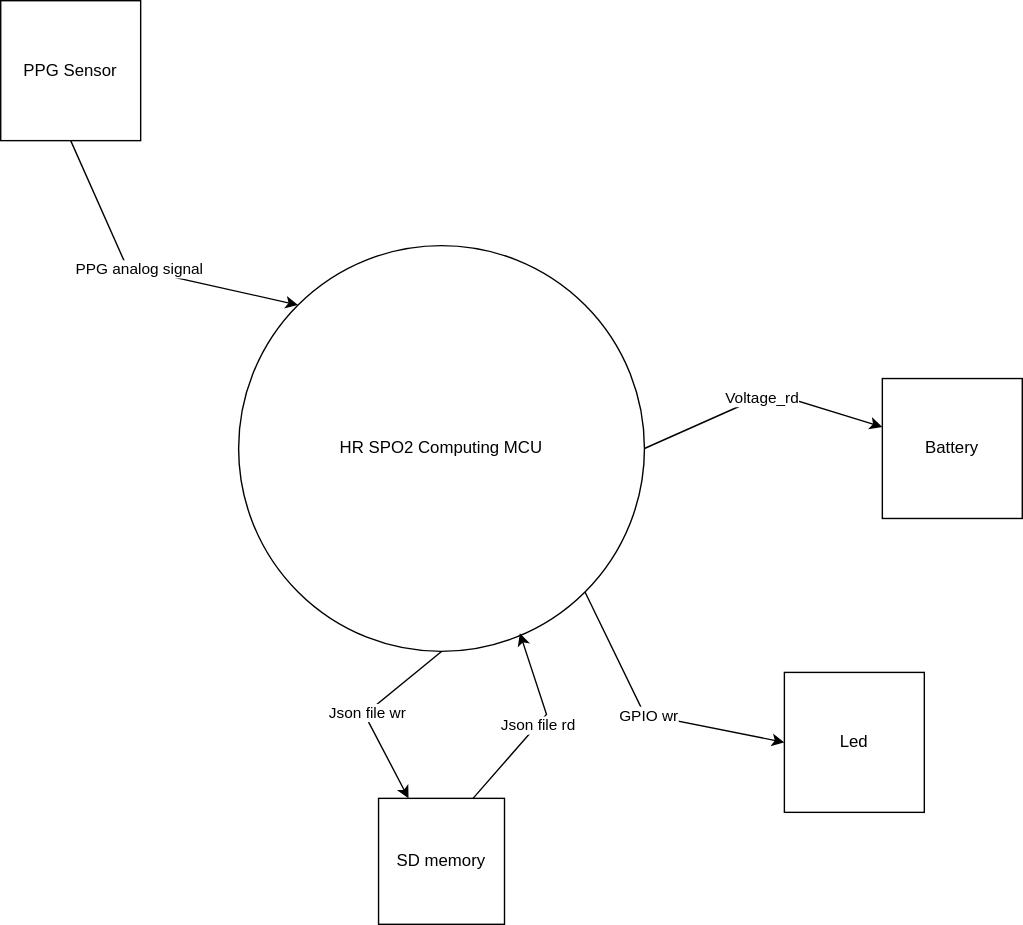
Earlier version of the draw.io export diagrams/level0_system_context.svg (Tonyb94/PPG-Signal-Processing). Source tidied: cells renumbered, new cells last; positions are measured from the earlier drawing's top-left corner, leaving out a move shared by most shapes.
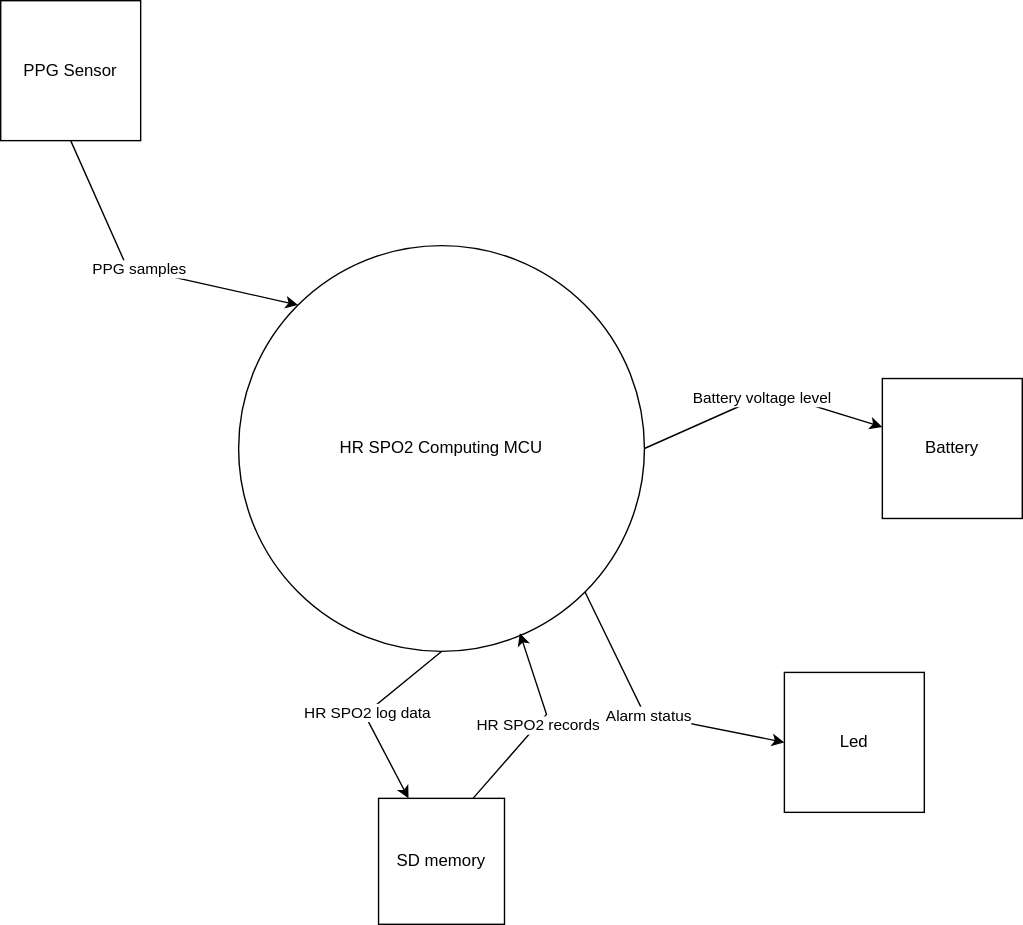
Later version of the same file.

The edit, as a diff of the source:
```diff
@@ -18,9 +18,9 @@
         </Array>
       </mxGeometry>
     </mxCell>
-    <mxCell id="6" value="Voltage_rd" style="edgeLabel;html=1;align=center;verticalAlign=middle;" parent="5" vertex="1">
-      <mxGeometry relative="1" as="geometry" />
-    </mxCell>
+    <mxCell id="18" value="Battery voltage level" style="edgeLabel;html=1;align=center;verticalAlign=middle;" parent="5" vertex="1">
+      <mxGeometry relative="1" as="geometry" />
+    </mxCell>
     <mxCell id="7" style="endArrow=classic;html=1;rounded=0;entryX=0;entryY=0;entryDx=0;entryDy=0;exitX=0.5;exitY=1;exitDx=0;exitDy=0;" parent="1" edge="1" source="3" target="2">
       <mxGeometry relative="1" as="geometry">
         <Array as="points">
@@ -31,9 +31,9 @@
     <mxCell id="8" value="Label" style="edgeLabel;html=1;align=center;verticalAlign=middle;" parent="7" vertex="1">
       <mxGeometry relative="1" as="geometry" />
     </mxCell>
-    <mxCell id="9" value="PPG analog&amp;nbsp;signal" style="edgeLabel;html=1;align=center;verticalAlign=middle;" parent="7" vertex="1">
-      <mxGeometry x="-0.05" relative="1" as="geometry" />
-    </mxCell>
+    <mxCell id="19" value="PPG samples" style="edgeLabel;html=1;align=center;verticalAlign=middle;" parent="7" vertex="1">
+      <mxGeometry x="-0.05" relative="1" as="geometry" />
+    </mxCell>
     <mxCell id="10" value="SD memory" style="whiteSpace=wrap;html=1;" parent="1" vertex="1">
       <mxGeometry x="270" y="570" width="90" height="90" as="geometry" />
     </mxCell>
@@ -44,9 +44,9 @@
         </Array>
       </mxGeometry>
     </mxCell>
-    <mxCell id="12" value="Json file wr" style="edgeLabel;html=1;align=center;verticalAlign=middle;" parent="11" vertex="1">
-      <mxGeometry relative="1" as="geometry" />
-    </mxCell>
+    <mxCell id="20" value="HR SPO2 log data" style="edgeLabel;html=1;align=center;verticalAlign=middle;" parent="11" vertex="1">
+      <mxGeometry relative="1" as="geometry" />
+    </mxCell>
     <mxCell id="13" style="endArrow=classic;html=1;rounded=0;entryX=0.693;entryY=0.955;entryDx=0;entryDy=0;entryPerimeter=0;exitX=0.75;exitY=0;exitDx=0;exitDy=0;" parent="1" edge="1" source="10" target="2">
       <mxGeometry relative="1" as="geometry">
         <Array as="points">
@@ -54,9 +54,9 @@
         </Array>
       </mxGeometry>
     </mxCell>
-    <mxCell id="14" value="Json file rd" style="edgeLabel;html=1;align=center;verticalAlign=middle;" parent="13" vertex="1">
-      <mxGeometry relative="1" as="geometry" />
-    </mxCell>
+    <mxCell id="21" value="HR SPO2 records" style="edgeLabel;html=1;align=center;verticalAlign=middle;" parent="13" vertex="1">
+      <mxGeometry relative="1" as="geometry" />
+    </mxCell>
     <mxCell id="15" value="Led" style="whiteSpace=wrap;html=1;" parent="1" vertex="1">
       <mxGeometry x="560" y="480" width="100" height="100" as="geometry" />
     </mxCell>
@@ -67,8 +67,8 @@
         </Array>
       </mxGeometry>
     </mxCell>
-    <mxCell id="17" value="GPIO wr" style="edgeLabel;html=1;align=center;verticalAlign=middle;" parent="16" vertex="1">
-      <mxGeometry relative="1" as="geometry" />
-    </mxCell>
+    <mxCell id="22" value="Alarm status" style="edgeLabel;html=1;align=center;verticalAlign=middle;" parent="16" vertex="1">
+      <mxGeometry relative="1" as="geometry" />
+    </mxCell>
   </root>
 </mxGraphModel>
```
